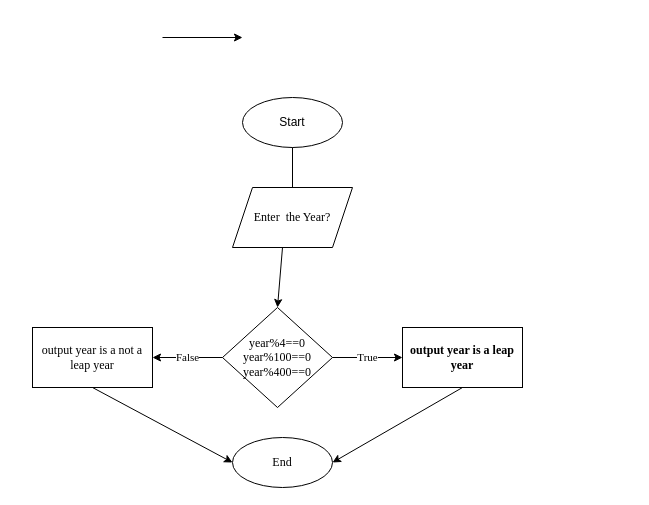
This is assignments/flow-of-program-0ne.drawio from ahalfa150/Filan-tech, a draw.io file, before an edit. Source tidied: cells renumbered, new cells numbered last; positions are measured from the earlier drawing's top-left corner, leaving out a move shared by most shapes. Both pictures are drawn from the tidied source at 100%, with x=0, y=0 at pixel (32, 37).
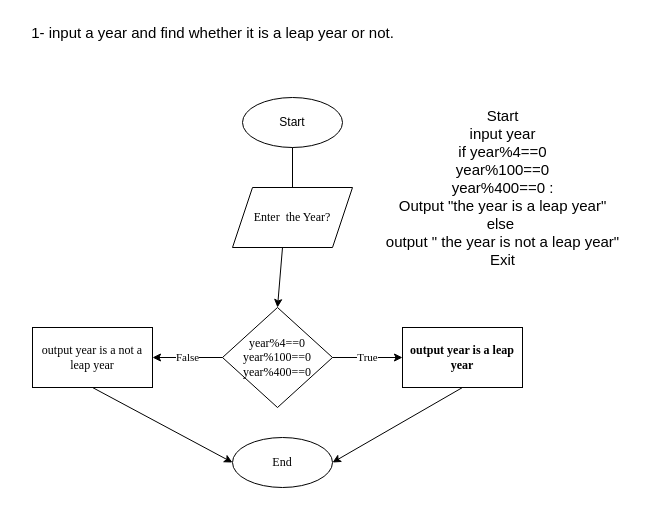
Above is the later version.

What changed in the source:
```diff
@@
-    <mxCell id="15" style="edgeStyle=none;orthogonalLoop=1;jettySize=auto;html=1;rounded=0;fontFamily=Times New Roman;" parent="1" edge="1">
-      <mxGeometry relative="1" as="geometry">
-        <mxPoint x="130" as="sourcePoint" />
-        <mxPoint x="210" as="targetPoint" />
-      </mxGeometry>
-    </mxCell>
+    <mxCell id="16" value="&lt;font style=&quot;font-size: 15px;&quot;&gt;1- input a year and find whether it is a leap year or not.&lt;/font&gt;" style="text;html=1;align=center;verticalAlign=middle;strokeColor=none;fillColor=none;fontSize=13;" parent="1" vertex="1">
+      <mxGeometry x="-15" y="-20" width="390" height="30" as="geometry" />
+    </mxCell>
+    <mxCell id="17" value="Start&lt;br&gt;input year&lt;br&gt;if year%4==0&lt;br&gt;year%100==0&lt;br&gt;year%400==0 :&lt;br&gt;Output &quot;the year is a leap year&quot;&lt;br&gt;else&amp;nbsp;&lt;br&gt;output &quot; the year is not a leap year&quot;&lt;br&gt;Exit" style="text;html=1;align=center;verticalAlign=middle;strokeColor=none;fillColor=none;fontSize=15;" parent="1" vertex="1">
+      <mxGeometry x="340" y="60" width="260" height="180" as="geometry" />
+    </mxCell>
```
